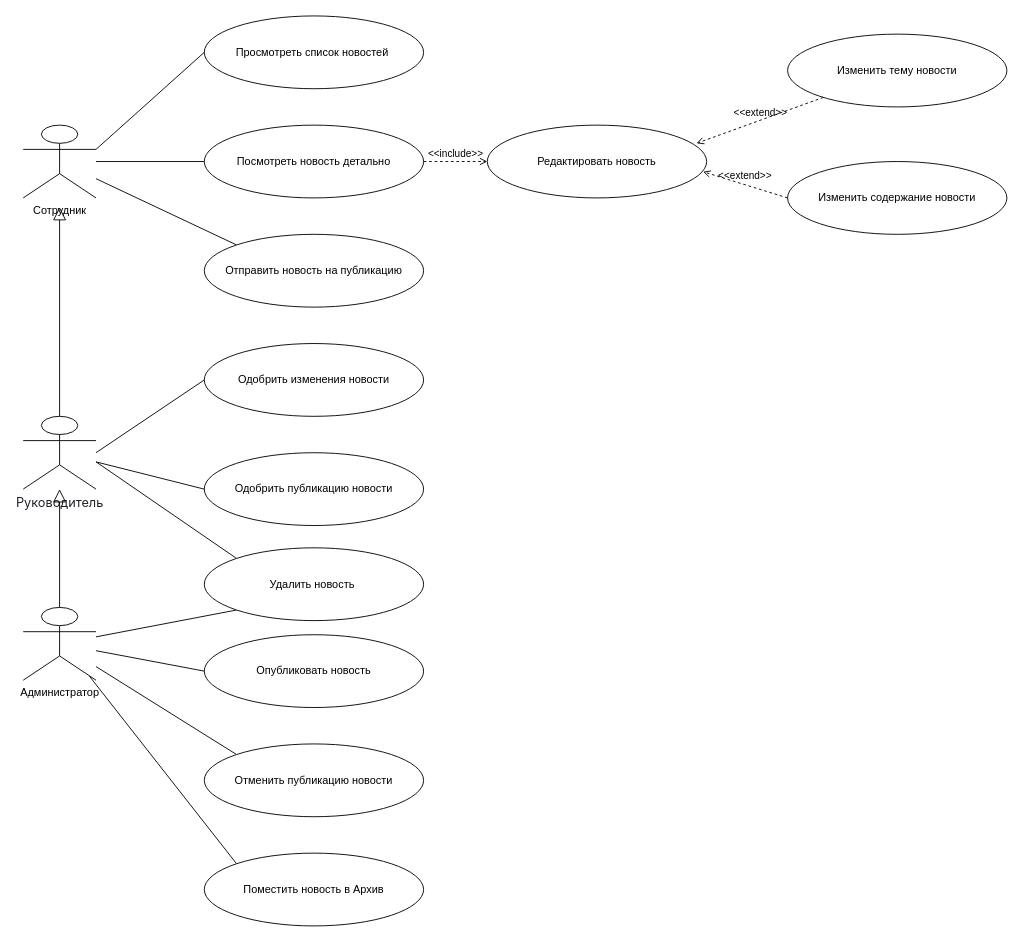
Above: Description/Newsfeed/Newsfeed_User.drawio in Fox5113/corporate-social-system (draw.io), before the change. Source tidied: cells renumbered, new cells numbered last; positions are measured from the earlier drawing's top-left corner, leaving out a move shared by most shapes. Both pictures are drawn from the tidied source at 91%, with x=0, y=0 at pixel (23, 15).
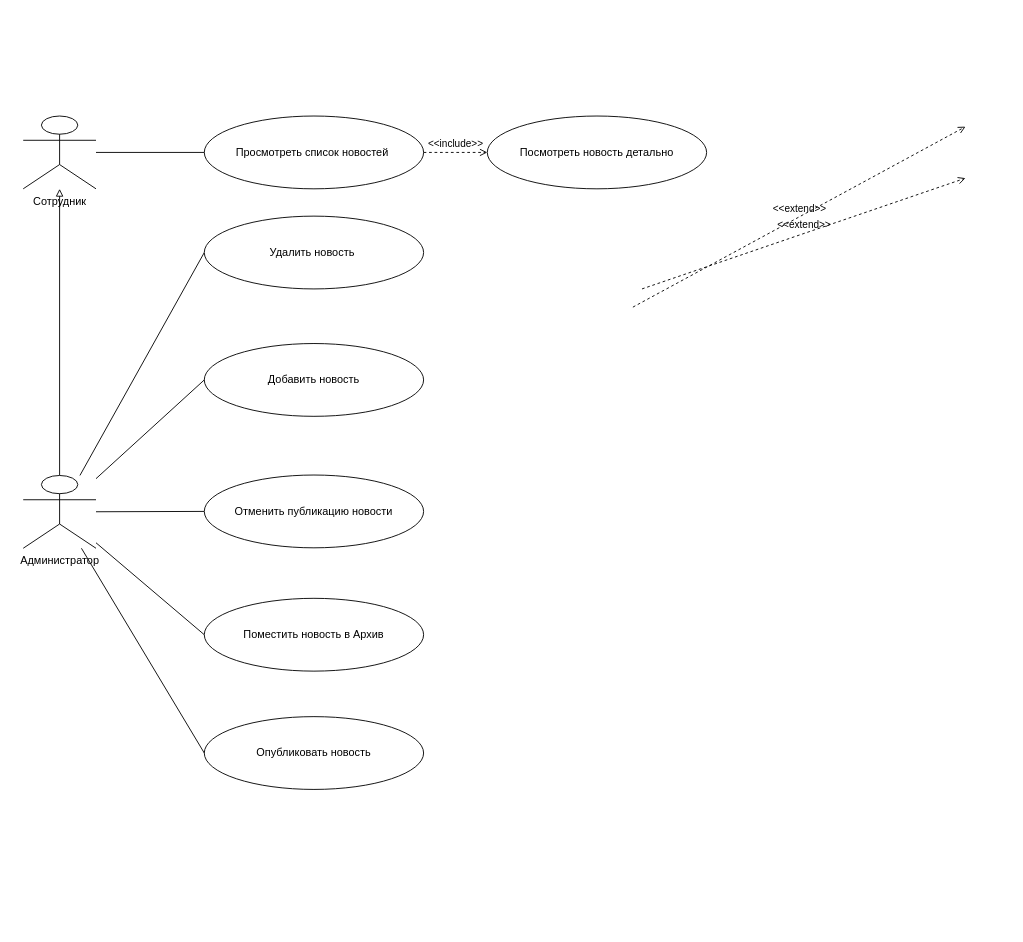
Above is the later version.

Change to the diagram source:
```diff
@@
-    <mxCell id="2" value="Сотрудник" style="shape=umlActor;verticalLabelPosition=bottom;verticalAlign=top;html=1;fontColor=default;" parent="1" vertex="1">
-      <mxGeometry y="120" width="80" height="80" as="geometry" />
-    </mxCell>
     <mxCell id="3" value="Просмотреть список новостей&amp;nbsp;" style="ellipse;whiteSpace=wrap;html=1;" parent="1" vertex="1">
-      <mxGeometry x="199" width="241" height="80" as="geometry" />
+      <mxGeometry x="199" y="110" width="241" height="80" as="geometry" />
     </mxCell>
-    <mxCell id="4" value="&lt;span style=&quot;color: rgb(31, 35, 40); font-family: -apple-system, BlinkMacSystemFont, &amp;quot;Segoe UI&amp;quot;, &amp;quot;Noto Sans&amp;quot;, Helvetica, Arial, sans-serif, &amp;quot;Apple Color Emoji&amp;quot;, &amp;quot;Segoe UI Emoji&amp;quot;; font-size: 14px; text-align: start; text-wrap: wrap; background-color: rgb(255, 255, 255);&quot;&gt;Руководитель&lt;/span&gt;&lt;div&gt;&lt;span style=&quot;color: rgb(31, 35, 40); font-family: -apple-system, BlinkMacSystemFont, &amp;quot;Segoe UI&amp;quot;, &amp;quot;Noto Sans&amp;quot;, Helvetica, Arial, sans-serif, &amp;quot;Apple Color Emoji&amp;quot;, &amp;quot;Segoe UI Emoji&amp;quot;; font-size: 14px; text-align: start; text-wrap: wrap; background-color: rgb(255, 255, 255);&quot;&gt;&lt;br&gt;&lt;/span&gt;&lt;/div&gt;" style="shape=umlActor;verticalLabelPosition=bottom;verticalAlign=top;html=1;outlineConnect=0;" parent="1" vertex="1">
-      <mxGeometry y="440" width="80" height="80" as="geometry" />
-    </mxCell>
-    <mxCell id="5" style="endArrow=none;html=1;rounded=0;exitX=1;exitY=0.3333333333333333;exitDx=0;exitDy=0;exitPerimeter=0;entryX=0;entryY=0.5;entryDx=0;entryDy=0;" parent="1" edge="1" source="2" target="3">
-      <mxGeometry relative="1" as="geometry" />
-    </mxCell>
-    <mxCell id="6" value="Администратор" style="shape=umlActor;verticalLabelPosition=bottom;verticalAlign=top;html=1;" parent="1" vertex="1">
-      <mxGeometry y="650" width="80" height="80" as="geometry" />
-    </mxCell>
-    <mxCell id="7" style="endArrow=none;html=1;rounded=0;entryX=0;entryY=0.5;entryDx=0;entryDy=0;" parent="1" edge="1" source="2" target="19">
-      <mxGeometry relative="1" as="geometry" />
-    </mxCell>
-    <mxCell id="8" style="endArrow=none;html=1;rounded=0;entryX=0;entryY=0;entryDx=0;entryDy=0;" parent="1" edge="1" source="2" target="23">
-      <mxGeometry relative="1" as="geometry" />
-    </mxCell>
-    <mxCell id="9" style="endArrow=none;html=1;rounded=0;entryX=0;entryY=0.5;entryDx=0;entryDy=0;" parent="1" edge="1" source="4" target="26">
-      <mxGeometry relative="1" as="geometry" />
-    </mxCell>
+    <mxCell id="17" style="edgeStyle=none;html=1;entryX=0;entryY=0.5;entryDx=0;entryDy=0;fontColor=#FFFFFF;endArrow=none;endFill=0;" parent="1" edge="1" source="6" target="27">
+      <mxGeometry relative="1" as="geometry" />
+    </mxCell>
-    <mxCell id="10" style="endArrow=none;html=1;rounded=0;entryX=0;entryY=0.5;entryDx=0;entryDy=0;" parent="1" edge="1" source="6" target="28">
+    <mxCell id="10" style="edgeStyle=none;html=1;entryX=0;entryY=0.5;entryDx=0;entryDy=0;fontColor=#FFFFFF;endArrow=none;endFill=0;" parent="1" edge="1" source="6" target="28">
       <mxGeometry relative="1" as="geometry" />
     </mxCell>
-    <mxCell id="11" style="endArrow=none;html=1;rounded=0;entryX=0;entryY=0;entryDx=0;entryDy=0;" parent="1" edge="1" source="6" target="29">
+    <mxCell id="11" style="edgeStyle=none;html=1;entryX=0;entryY=0.5;entryDx=0;entryDy=0;fontColor=#FFFFFF;endArrow=none;endFill=0;" parent="1" edge="1" source="6" target="29">
       <mxGeometry relative="1" as="geometry" />
     </mxCell>
-    <mxCell id="12" style="endArrow=none;html=1;rounded=0;entryX=0;entryY=0.5;entryDx=0;entryDy=0;" parent="1" edge="1" target="25">
-      <mxGeometry relative="1" as="geometry">
-        <mxPoint x="80" y="480" as="sourcePoint" />
-      </mxGeometry>
-    </mxCell>
-    <mxCell id="13" value="&amp;lt;&amp;lt;include&amp;gt;&amp;gt;" style="html=1;verticalAlign=bottom;labelBackgroundColor=none;endArrow=open;endFill=0;dashed=1;rounded=0;exitX=1;exitY=0.5;exitDx=0;exitDy=0;" parent="1" edge="1" source="19" target="20">
-      <mxGeometry relative="1" as="geometry" />
-    </mxCell>
+    <mxCell id="16" style="edgeStyle=none;html=1;entryX=0;entryY=0.5;entryDx=0;entryDy=0;fontColor=#FFFFFF;endArrow=none;endFill=0;" parent="1" edge="1" source="6" target="30">
+      <mxGeometry relative="1" as="geometry" />
+    </mxCell>
+    <mxCell id="32" style="edgeStyle=none;html=1;entryX=0;entryY=0.5;entryDx=0;entryDy=0;fontColor=#FFFFFF;endArrow=none;endFill=0;" parent="1" edge="1" source="6" target="34">
+      <mxGeometry relative="1" as="geometry" />
+    </mxCell>
+    <mxCell id="33" style="edgeStyle=none;html=1;fontColor=#FFFFFF;endArrow=block;endFill=0;" parent="1" edge="1" source="6" target="2">
+      <mxGeometry relative="1" as="geometry" />
+    </mxCell>
+    <mxCell id="6" value="Администратор" style="shape=umlActor;verticalLabelPosition=bottom;verticalAlign=top;html=1;" parent="1" vertex="1">
+      <mxGeometry y="505" width="80" height="80" as="geometry" />
+    </mxCell>
-    <mxCell id="14" value="&amp;lt;&amp;lt;extend&amp;gt;&amp;gt;" style="html=1;verticalAlign=bottom;labelBackgroundColor=none;endArrow=open;endFill=0;dashed=1;rounded=0;entryX=0.954;entryY=0.25;entryDx=0;entryDy=0;entryPerimeter=0;" parent="1" edge="1" source="21" target="20">
-      <mxGeometry relative="1" as="geometry" />
+    <mxCell id="14" value="&amp;lt;&amp;lt;extend&amp;gt;&amp;gt;" style="html=1;verticalAlign=bottom;labelBackgroundColor=none;endArrow=open;endFill=0;dashed=1;rounded=0;entryX=1;entryY=0;entryDx=0;entryDy=0;" parent="1" edge="1">
+      <mxGeometry relative="1" as="geometry">
+        <mxPoint x="670" y="320" as="sourcePoint" />
+        <mxPoint x="1035.5" y="121.7" as="targetPoint" />
+      </mxGeometry>
     </mxCell>
-    <mxCell id="15" value="&amp;lt;&amp;lt;extend&amp;gt;&amp;gt;" style="html=1;verticalAlign=bottom;labelBackgroundColor=none;endArrow=open;endFill=0;dashed=1;rounded=0;entryX=0.984;entryY=0.64;entryDx=0;entryDy=0;exitX=0;exitY=0.5;exitDx=0;exitDy=0;entryPerimeter=0;" parent="1" edge="1" source="22" target="20">
-      <mxGeometry relative="1" as="geometry" />
+    <mxCell id="15" value="&amp;lt;&amp;lt;extend&amp;gt;&amp;gt;" style="html=1;verticalAlign=bottom;labelBackgroundColor=none;endArrow=open;endFill=0;dashed=1;rounded=0;entryX=1;entryY=1;entryDx=0;entryDy=0;exitX=0;exitY=0.5;exitDx=0;exitDy=0;" parent="1" edge="1">
+      <mxGeometry relative="1" as="geometry">
+        <mxPoint x="680" y="300" as="sourcePoint" />
+        <mxPoint x="1035.5" y="178.3" as="targetPoint" />
+      </mxGeometry>
     </mxCell>
-    <mxCell id="16" style="endArrow=none;html=1;rounded=0;exitX=0.91;exitY=0.945;exitDx=0;exitDy=0;exitPerimeter=0;entryX=0;entryY=0;entryDx=0;entryDy=0;" parent="1" edge="1" source="6" target="30">
-      <mxGeometry relative="1" as="geometry" />
-    </mxCell>
-    <mxCell id="17" style="endArrow=none;html=1;rounded=0;entryX=0;entryY=1;entryDx=0;entryDy=0;" parent="1" edge="1" source="6" target="27">
-      <mxGeometry relative="1" as="geometry" />
-    </mxCell>
-    <mxCell id="18" style="endArrow=none;html=1;rounded=0;entryX=0;entryY=0;entryDx=0;entryDy=0;" parent="1" edge="1" target="27">
-      <mxGeometry relative="1" as="geometry">
-        <mxPoint x="80" y="490" as="sourcePoint" />
-      </mxGeometry>
-    </mxCell>
     <mxCell id="19" value="Посмотреть новость детально" style="ellipse;whiteSpace=wrap;html=1;" parent="1" vertex="1">
-      <mxGeometry x="199" y="120" width="241" height="80" as="geometry" />
+      <mxGeometry x="510" y="110" width="241" height="80" as="geometry" />
     </mxCell>
-    <mxCell id="20" value="Редактировать новость" style="ellipse;whiteSpace=wrap;html=1;" parent="1" vertex="1">
-      <mxGeometry x="510" y="120" width="241" height="80" as="geometry" />
-    </mxCell>
-    <mxCell id="21" value="Изменить тему новости" style="ellipse;whiteSpace=wrap;html=1;" parent="1" vertex="1">
-      <mxGeometry x="840" y="20" width="241" height="80" as="geometry" />
-    </mxCell>
-    <mxCell id="22" value="Изменить содержание новости" style="ellipse;whiteSpace=wrap;html=1;" parent="1" vertex="1">
-      <mxGeometry x="840" y="160" width="241" height="80" as="geometry" />
-    </mxCell>
-    <mxCell id="23" value="Отправить новость на публикацию" style="ellipse;whiteSpace=wrap;html=1;" parent="1" vertex="1">
-      <mxGeometry x="199" y="240" width="241" height="80" as="geometry" />
-    </mxCell>
-    <mxCell id="24" style="edgeStyle=none;html=1;endArrow=block;endFill=0;endSize=12;verticalAlign=bottom;rounded=0;exitX=0.5;exitY=0;exitDx=0;exitDy=0;exitPerimeter=0;" parent="1" edge="1" source="4">
-      <mxGeometry relative="1" as="geometry">
-        <mxPoint x="40" y="210" as="targetPoint" />
-      </mxGeometry>
-    </mxCell>
-    <mxCell id="25" value="Одобрить изменения новости" style="ellipse;whiteSpace=wrap;html=1;" parent="1" vertex="1">
-      <mxGeometry x="199" y="360" width="241" height="80" as="geometry" />
-    </mxCell>
-    <mxCell id="26" value="Одобрить публикацию новости" style="ellipse;whiteSpace=wrap;html=1;" parent="1" vertex="1">
-      <mxGeometry x="199" y="480" width="241" height="80" as="geometry" />
-    </mxCell>
     <mxCell id="27" value="Удалить новость&amp;nbsp;" style="ellipse;whiteSpace=wrap;html=1;" parent="1" vertex="1">
-      <mxGeometry x="199" y="584.5" width="241" height="80" as="geometry" />
+      <mxGeometry x="199" y="220" width="241" height="80" as="geometry" />
     </mxCell>
-    <mxCell id="28" value="Опубликовать новость" style="ellipse;whiteSpace=wrap;html=1;" parent="1" vertex="1">
-      <mxGeometry x="199" y="680" width="241" height="80" as="geometry" />
+    <mxCell id="28" value="Добавить новость" style="ellipse;whiteSpace=wrap;html=1;" parent="1" vertex="1">
+      <mxGeometry x="199" y="360" width="241" height="80" as="geometry" />
     </mxCell>
     <mxCell id="29" value="Отменить публикацию новости" style="ellipse;whiteSpace=wrap;html=1;" parent="1" vertex="1">
-      <mxGeometry x="199" y="800" width="241" height="80" as="geometry" />
+      <mxGeometry x="199" y="504.5" width="241" height="80" as="geometry" />
     </mxCell>
     <mxCell id="30" value="Поместить новость в Архив" style="ellipse;whiteSpace=wrap;html=1;" parent="1" vertex="1">
-      <mxGeometry x="199" y="920" width="241" height="80" as="geometry" />
+      <mxGeometry x="199" y="640" width="241" height="80" as="geometry" />
     </mxCell>
-    <mxCell id="31" style="edgeStyle=none;html=1;endArrow=block;endFill=0;endSize=12;verticalAlign=bottom;rounded=0;exitX=0.5;exitY=0;exitDx=0;exitDy=0;exitPerimeter=0;" parent="1" edge="1" source="6" target="4">
-      <mxGeometry relative="1" as="geometry" />
-    </mxCell>
+    <mxCell id="13" value="&amp;lt;&amp;lt;include&amp;gt;&amp;gt;" style="html=1;verticalAlign=bottom;labelBackgroundColor=none;endArrow=open;endFill=0;dashed=1;rounded=0;exitX=1;exitY=0.5;exitDx=0;exitDy=0;entryX=0;entryY=0.5;entryDx=0;entryDy=0;" parent="1" edge="1" source="3" target="19">
+      <mxGeometry relative="1" as="geometry" />
+    </mxCell>
+    <mxCell id="5" style="edgeStyle=none;html=1;entryX=0;entryY=0.5;entryDx=0;entryDy=0;fontColor=#FFFFFF;endArrow=none;endFill=0;" parent="1" edge="1" source="2" target="3">
+      <mxGeometry relative="1" as="geometry" />
+    </mxCell>
+    <mxCell id="2" value="Сотрудник" style="shape=umlActor;verticalLabelPosition=bottom;verticalAlign=top;html=1;fontColor=default;" parent="1" vertex="1">
+      <mxGeometry y="110" width="80" height="80" as="geometry" />
+    </mxCell>
+    <mxCell id="34" value="Опубликовать новость" style="ellipse;whiteSpace=wrap;html=1;" parent="1" vertex="1">
+      <mxGeometry x="199" y="770" width="241" height="80" as="geometry" />
+    </mxCell>
```
